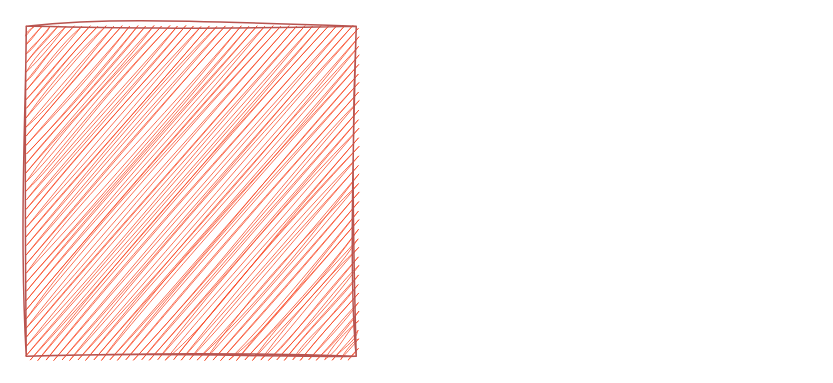
Above: BioDotLink.drawio in thevedicdeveloper/biodotlink (draw.io), before the change. Source tidied: cells renumbered, new cells numbered last; positions are measured from the earlier drawing's top-left corner, leaving out a move shared by most shapes. Both pictures are drawn from the tidied source at 150%, with x=0, y=0 at pixel (26, 26).
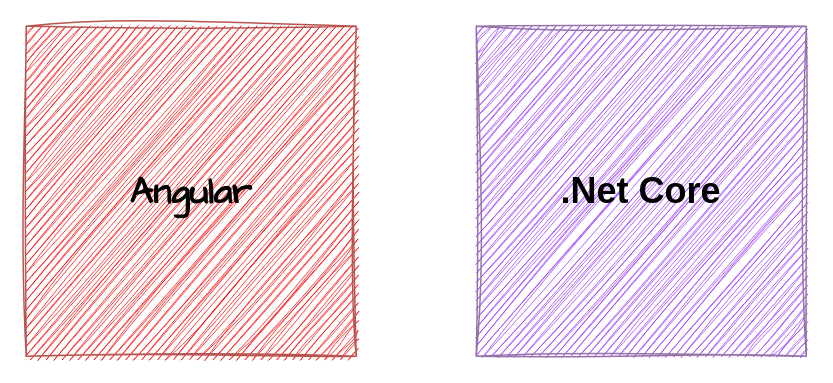
After the change.

The edit, as a diff of the source:
```diff
@@
 <mxGraphModel>
   <root>
     <mxCell id="0" />
     <mxCell id="1" parent="0" />
-    <mxCell id="2" style="whiteSpace=wrap;html=1;sketch=1;curveFitting=1;jiggle=2;fillColor=#F8421E;strokeColor=#b85450;" parent="1" vertex="1">
+    <mxCell id="2" value="&lt;h1&gt;&lt;font face=&quot;Comic Sans MS&quot;&gt;Angular&lt;/font&gt;&lt;/h1&gt;" style="whiteSpace=wrap;html=1;sketch=1;curveFitting=1;jiggle=2;fillColor=#FF0000;strokeColor=#b85450;" parent="1" vertex="1">
       <mxGeometry width="220" height="220" as="geometry" />
     </mxCell>
+    <mxCell id="3" value="&lt;h1&gt;.Net Core&lt;/h1&gt;" style="whiteSpace=wrap;html=1;sketch=1;curveFitting=1;jiggle=2;fillColor=#9933FF;strokeColor=#9673a6;" parent="1" vertex="1">
+      <mxGeometry x="300" width="220" height="220" as="geometry" />
+    </mxCell>
   </root>
 </mxGraphModel>
```
